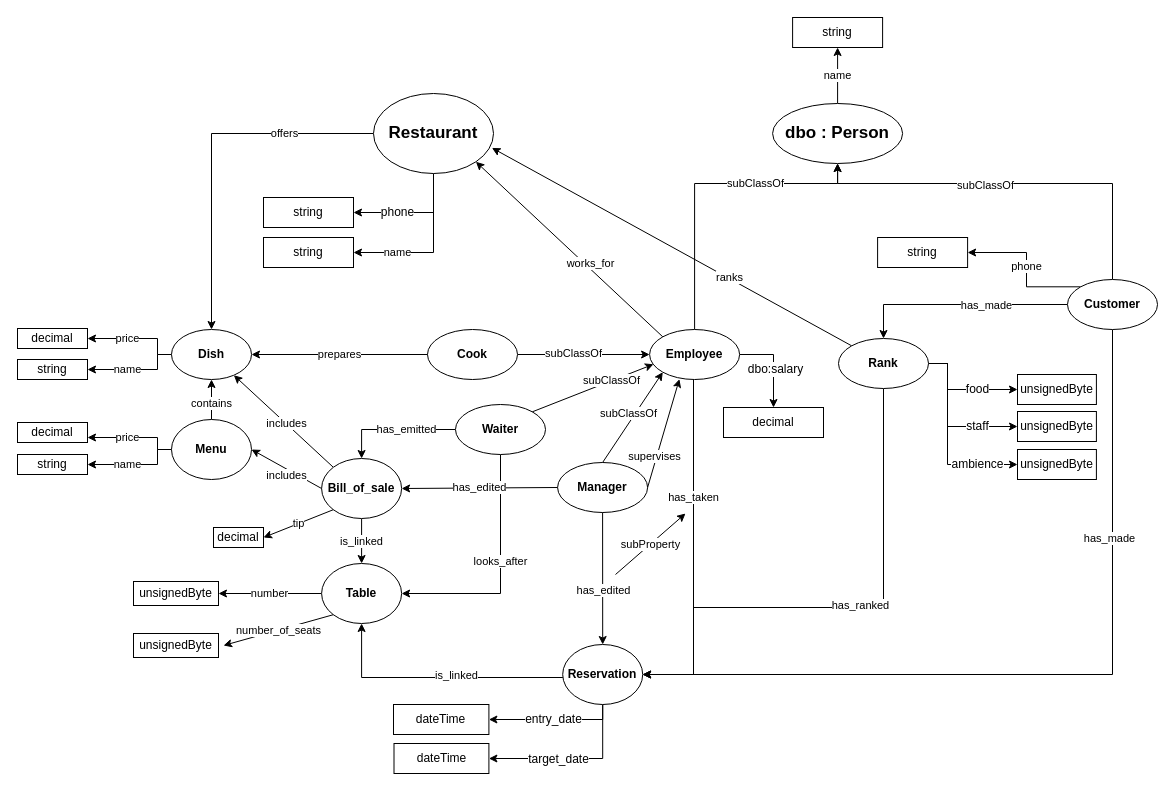
Above: schema/schema.dio in CH-KevinDubois/MAS-RAD-4-WEB-Mini-Projet (draw.io), before the change. Source tidied: cells renumbered, new cells numbered last; positions are measured from the earlier drawing's top-left corner, leaving out a move shared by most shapes. Both pictures are drawn from the tidied source at 100%, with x=0, y=0 at pixel (17, 17).
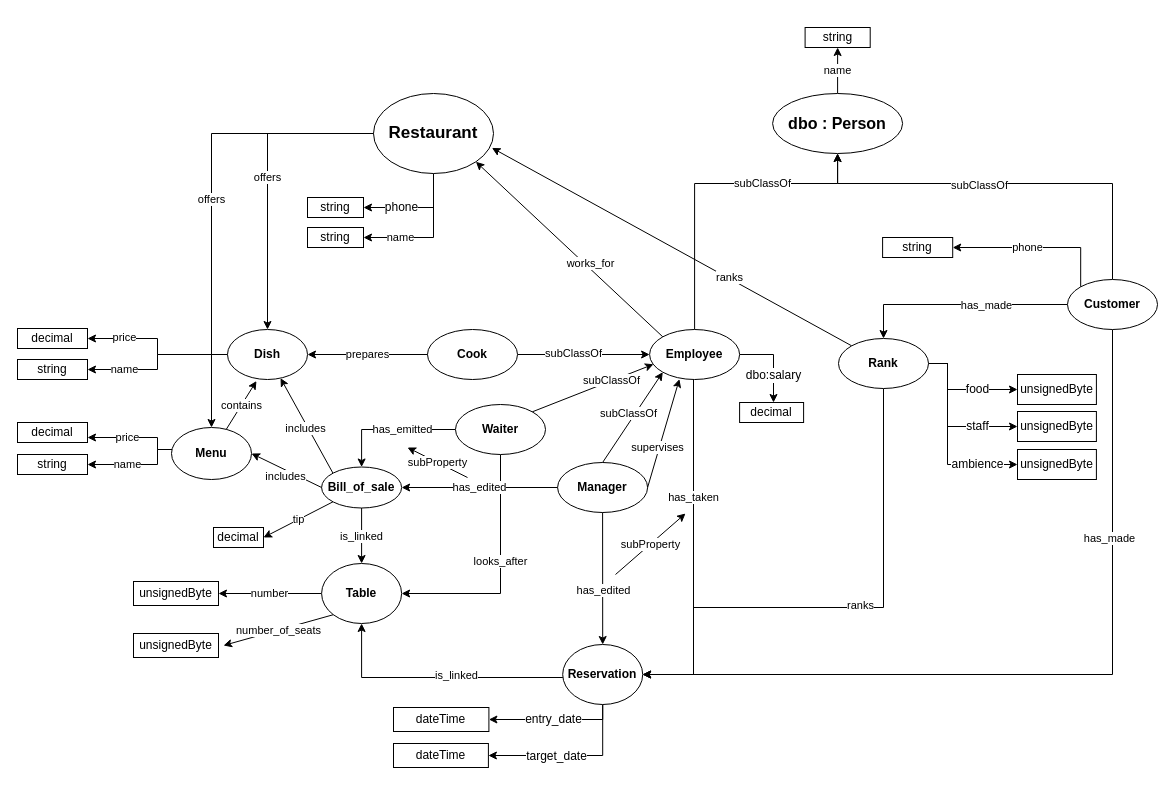
The same diagram, later.

Commit message:
Corrections et ajout offers Menu

Unchanged cells that the change refers to:
```xml
<mxCell id="5" value="&lt;font style=&quot;font-size: 17px&quot;&gt;Restaurant&lt;/font&gt;" style="ellipse;whiteSpace=wrap;html=1;fontStyle=1;" parent="1" vertex="1">
  <mxGeometry x="356" y="76" width="120" height="80" as="geometry" />
</mxCell>
<mxCell id="9" style="edgeStyle=orthogonalEdgeStyle;rounded=0;jettySize=auto;html=1;" parent="1" edge="1" source="12" target="64">
  <mxGeometry relative="1" as="geometry">
    <Array as="points">
      <mxPoint x="756" y="337" />
    </Array>
  </mxGeometry>
</mxCell>
<mxCell id="12" value="Employee" style="ellipse;whiteSpace=wrap;html=1;fontStyle=1;" parent="1" vertex="1">
  <mxGeometry x="632.1" y="312" width="90" height="50" as="geometry" />
</mxCell>
<mxCell id="20" value="Customer" style="ellipse;whiteSpace=wrap;html=1;fontStyle=1;" parent="1" vertex="1">
  <mxGeometry x="1050" y="262" width="90" height="50" as="geometry" />
</mxCell>
<mxCell id="24" value="Manager" style="ellipse;whiteSpace=wrap;html=1;fontStyle=1;" parent="1" vertex="1">
  <mxGeometry x="540.1" y="445" width="90" height="50" as="geometry" />
</mxCell>
<mxCell id="35" value="&lt;font style=&quot;font-size: 12px&quot;&gt;Reservation&lt;/font&gt;" style="ellipse;whiteSpace=wrap;html=1;fontStyle=1;" parent="1" vertex="1">
  <mxGeometry x="545.2" y="627" width="80" height="60" as="geometry" />
</mxCell>
<mxCell id="58" value="decimal" style="rounded=0;whiteSpace=wrap;html=1;" parent="1" vertex="1">
  <mxGeometry y="311" width="70" height="20" as="geometry" />
</mxCell>
<mxCell id="59" value="string" style="rounded=0;whiteSpace=wrap;html=1;" parent="1" vertex="1">
  <mxGeometry y="342" width="70" height="20" as="geometry" />
</mxCell>
<mxCell id="79" style="edgeStyle=orthogonalEdgeStyle;jettySize=auto;html=1;exitX=0.5;exitY=1;exitDx=0;exitDy=0;rounded=0;" parent="1" edge="1" source="84">
  <mxGeometry relative="1" as="geometry">
    <mxPoint x="625" y="657" as="targetPoint" />
    <Array as="points">
      <mxPoint x="866" y="590" />
      <mxPoint x="676" y="590" />
      <mxPoint x="676" y="657" />
    </Array>
  </mxGeometry>
</mxCell>
```

The edit, as a diff of the source:
```diff
@@
-    <mxCell id="2" value="offers" style="edgeStyle=orthogonalEdgeStyle;rounded=0;jettySize=auto;html=1;entryX=0.5;entryY=0;entryDx=0;entryDy=0;" parent="1" edge="1" source="5" target="44">
-      <mxGeometry x="-0.5" relative="1" as="geometry">
-        <mxPoint x="1" as="offset" />
-      </mxGeometry>
-    </mxCell>
@@
+    <mxCell id="89" value="offers" style="edgeStyle=orthogonalEdgeStyle;rounded=0;jettySize=auto;html=1;entryX=0.5;entryY=0;entryDx=0;entryDy=0;" parent="1" edge="1" source="5" target="41">
+      <mxGeometry relative="1" as="geometry" />
+    </mxCell>
@@
-    <mxCell id="7" value="&lt;font style=&quot;font-size: 17px&quot;&gt;dbo : Person&lt;/font&gt;" style="ellipse;whiteSpace=wrap;html=1;fontStyle=1;" parent="1" vertex="1">
-      <mxGeometry x="755.1" y="86" width="130" height="60" as="geometry" />
+    <mxCell id="7" value="&lt;font style=&quot;font-size: 16px;&quot;&gt;dbo : Person&lt;/font&gt;" style="ellipse;whiteSpace=wrap;html=1;fontStyle=1;fontSize=16;" parent="1" vertex="1">
+      <mxGeometry x="755.1" y="76" width="130" height="60" as="geometry" />
     </mxCell>
@@
     <mxCell id="10" value="&lt;span style=&quot;font-size: 12px&quot;&gt;dbo:salary&lt;/span&gt;" style="edgeLabel;html=1;align=center;verticalAlign=middle;" parent="9" vertex="1">
       <mxGeometry x="-0.22" y="-14" relative="1" as="geometry">
-        <mxPoint x="15" y="14" as="offset" />
+        <mxPoint x="1" y="6" as="offset" />
       </mxGeometry>
     </mxCell>
@@
     <mxCell id="19" value="phone" style="edgeStyle=orthogonalEdgeStyle;rounded=0;jettySize=auto;html=1;entryX=1;entryY=0.5;entryDx=0;entryDy=0;exitX=0;exitY=0;exitDx=0;exitDy=0;" parent="1" edge="1" source="20" target="88">
-      <mxGeometry relative="1" as="geometry">
+      <mxGeometry x="0.11" relative="1" as="geometry">
         <Array as="points">
-          <mxPoint x="1009" y="235" />
+          <mxPoint x="1063" y="230" />
         </Array>
       </mxGeometry>
     </mxCell>
@@
     <mxCell id="33" style="edgeStyle=orthogonalEdgeStyle;rounded=0;jettySize=auto;html=1;entryX=1;entryY=0.5;entryDx=0;entryDy=0;" parent="1" edge="1" source="35" target="37">
       <mxGeometry relative="1" as="geometry">
         <Array as="points">
-          <mxPoint x="585" y="741" />
+          <mxPoint x="585" y="738" />
         </Array>
       </mxGeometry>
     </mxCell>
@@
     <mxCell id="36" value="dateTime" style="rounded=0;whiteSpace=wrap;html=1;" parent="1" vertex="1">
-      <mxGeometry x="376" y="687" width="95.4" height="30" as="geometry" />
+      <mxGeometry x="376" y="690" width="95.4" height="24" as="geometry" />
     </mxCell>
     <mxCell id="37" value="dateTime" style="rounded=0;whiteSpace=wrap;html=1;" parent="1" vertex="1">
-      <mxGeometry x="376.5" y="726" width="94.9" height="30" as="geometry" />
+      <mxGeometry x="376" y="726" width="94.9" height="24" as="geometry" />
     </mxCell>
-    <mxCell id="38" value="contains" style="edgeStyle=orthogonalEdgeStyle;rounded=0;jettySize=auto;html=1;entryX=0.5;entryY=1;entryDx=0;entryDy=0;" parent="1" edge="1" source="41" target="44">
-      <mxGeometry x="-0.2" relative="1" as="geometry" />
-    </mxCell>
@@
     <mxCell id="41" value="&lt;font style=&quot;font-size: 12px&quot;&gt;Menu&lt;/font&gt;" style="ellipse;whiteSpace=wrap;html=1;fontStyle=1;" parent="1" vertex="1">
-      <mxGeometry x="154" y="402" width="80" height="60" as="geometry" />
+      <mxGeometry x="154" y="410" width="80" height="52" as="geometry" />
     </mxCell>
     <mxCell id="42" value="price" style="edgeStyle=orthogonalEdgeStyle;rounded=0;jettySize=auto;html=1;entryX=1;entryY=0.5;entryDx=0;entryDy=0;" parent="1" edge="1" source="44" target="58">
-      <mxGeometry x="0.2" relative="1" as="geometry">
+      <mxGeometry x="0.52" y="-1" relative="1" as="geometry">
         <Array as="points">
           <mxPoint x="140" y="337" />
           <mxPoint x="140" y="321" />
         </Array>
       </mxGeometry>
     </mxCell>
     <mxCell id="43" value="name" style="edgeStyle=orthogonalEdgeStyle;rounded=0;jettySize=auto;html=1;entryX=1;entryY=0.5;entryDx=0;entryDy=0;" parent="1" edge="1" source="44" target="59">
-      <mxGeometry x="0.19" relative="1" as="geometry">
+      <mxGeometry x="0.52" relative="1" as="geometry">
         <Array as="points">
           <mxPoint x="140" y="337" />
           <mxPoint x="140" y="352" />
         </Array>
       </mxGeometry>
     </mxCell>
     <mxCell id="44" value="&lt;font style=&quot;font-size: 12px&quot;&gt;Dish&lt;/font&gt;" style="ellipse;whiteSpace=wrap;html=1;fontStyle=1;" parent="1" vertex="1">
-      <mxGeometry x="154" y="312" width="80" height="50" as="geometry" />
+      <mxGeometry x="210" y="312" width="80" height="50" as="geometry" />
     </mxCell>
@@
     <mxCell id="55" value="string" style="rounded=0;whiteSpace=wrap;html=1;" parent="1" vertex="1">
-      <mxGeometry x="246" y="220" width="90" height="30" as="geometry" />
+      <mxGeometry x="290" y="210" width="56" height="20" as="geometry" />
     </mxCell>
     <mxCell id="56" value="string" style="rounded=0;whiteSpace=wrap;html=1;" parent="1" vertex="1">
-      <mxGeometry x="246" y="180" width="90" height="30" as="geometry" />
+      <mxGeometry x="290" y="180" width="56" height="20" as="geometry" />
     </mxCell>
     <mxCell id="57" value="&lt;font style=&quot;font-size: 12px&quot;&gt;Bill_of_sale&lt;/font&gt;" style="ellipse;whiteSpace=wrap;html=1;fontStyle=1;" parent="1" vertex="1">
-      <mxGeometry x="304.1" y="441" width="80" height="60" as="geometry" />
+      <mxGeometry x="304.1" y="449.5" width="80" height="41" as="geometry" />
     </mxCell>
@@
     <mxCell id="63" value="string" style="rounded=0;whiteSpace=wrap;html=1;" parent="1" vertex="1">
-      <mxGeometry x="775.1" width="90" height="30" as="geometry" />
+      <mxGeometry x="787.6" y="10" width="65.1" height="20" as="geometry" />
     </mxCell>
     <mxCell id="64" value="decimal" style="rounded=0;whiteSpace=wrap;html=1;" parent="1" vertex="1">
-      <mxGeometry x="706" y="390" width="100" height="30" as="geometry" />
+      <mxGeometry x="722.1" y="385" width="64" height="20" as="geometry" />
     </mxCell>
@@
     <mxCell id="72" value="supervises" style="endArrow=classic;html=1;exitX=1;exitY=0.5;exitDx=0;exitDy=0;entryX=0.331;entryY=0.992;entryDx=0;entryDy=0;entryPerimeter=0;" parent="1" edge="1" source="24" target="12">
-      <mxGeometry x="-0.44" y="2" relative="1" as="geometry" />
+      <mxGeometry x="-0.27" y="2" relative="1" as="geometry" />
     </mxCell>
@@
-    <mxCell id="80" value="has_ranked" style="edgeLabel;html=1;align=center;verticalAlign=middle;" parent="79" vertex="1">
+    <mxCell id="80" value="ranks" style="edgeLabel;html=1;align=center;verticalAlign=middle;" parent="79" vertex="1">
       <mxGeometry x="-0.07" y="-17" relative="1" as="geometry">
         <mxPoint x="2.7" y="14.9" as="offset" />
       </mxGeometry>
     </mxCell>
@@
     <mxCell id="88" value="string" style="rounded=0;whiteSpace=wrap;html=1;" parent="1" vertex="1">
-      <mxGeometry x="860.1" y="220" width="90" height="30" as="geometry" />
+      <mxGeometry x="865.1" y="220" width="70.1" height="20" as="geometry" />
     </mxCell>
+    <mxCell id="90" value="subProperty" style="endArrow=classic;html=1;" parent="1" edge="1">
+      <mxGeometry relative="1" as="geometry">
+        <mxPoint x="450" y="460" as="sourcePoint" />
+        <mxPoint x="390" y="430" as="targetPoint" />
+      </mxGeometry>
+    </mxCell>
+    <mxCell id="2" value="offers" style="edgeStyle=orthogonalEdgeStyle;rounded=0;jettySize=auto;html=1;entryX=0.5;entryY=0;entryDx=0;entryDy=0;" parent="1" edge="1" source="5" target="44">
+      <mxGeometry x="-0.3" y="44" relative="1" as="geometry">
+        <mxPoint x="-44" y="44" as="offset" />
+      </mxGeometry>
+    </mxCell>
+    <mxCell id="38" value="contains" style="endArrow=classic;html=1;entryX=0.362;entryY=1.03;entryDx=0;entryDy=0;entryPerimeter=0;" parent="1" edge="1" source="41" target="44">
+      <mxGeometry relative="1" as="geometry" />
+    </mxCell>
```
